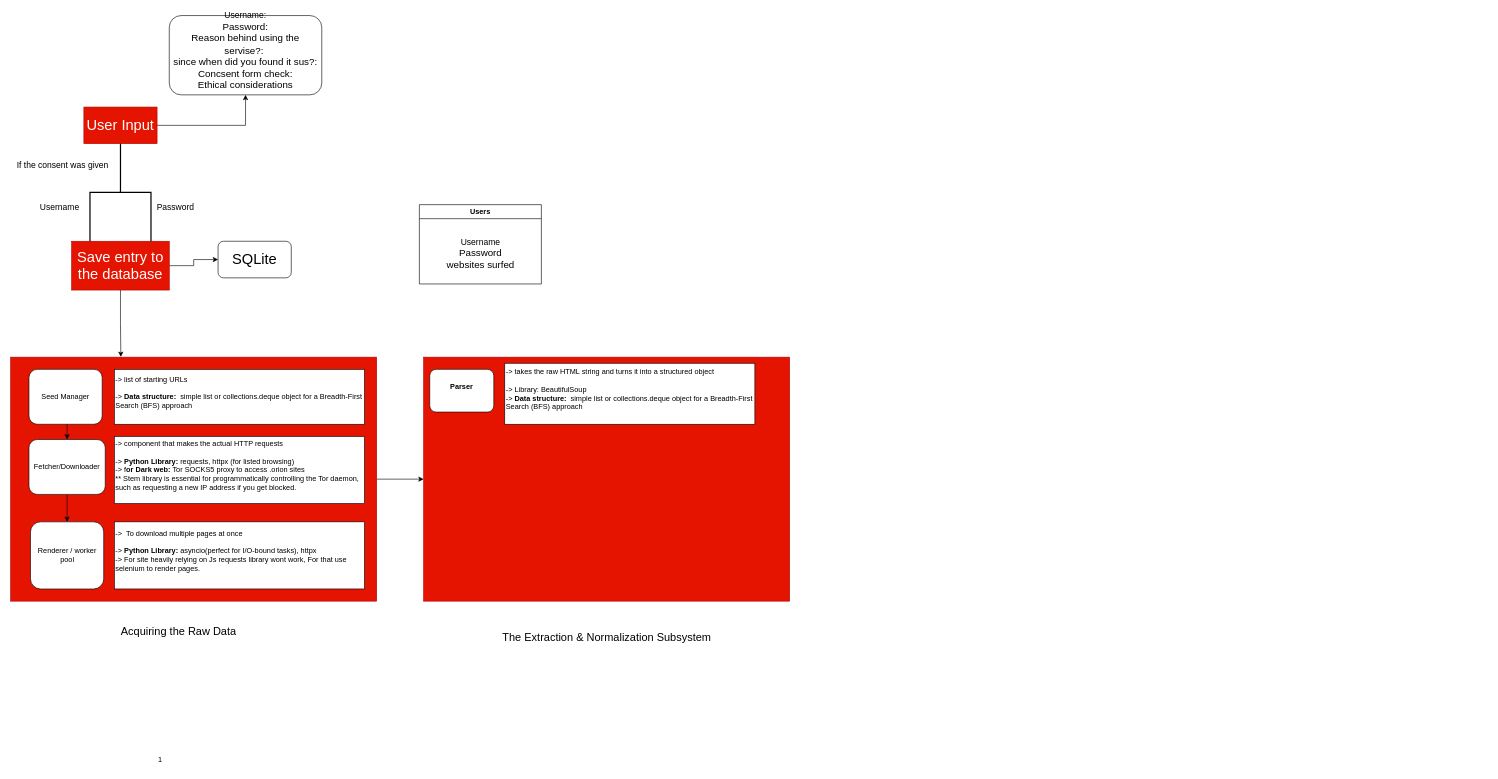
The draw.io diagram system design.drawio in KATHAN-VYAS/CredScan, before the edit. Source tidied: cells renumbered, new cells numbered last; positions are measured from the earlier drawing's top-left corner, leaving out a move shared by most shapes. Both pictures are drawn from the tidied source at 61%, with x=0, y=0 at pixel (10, 15).
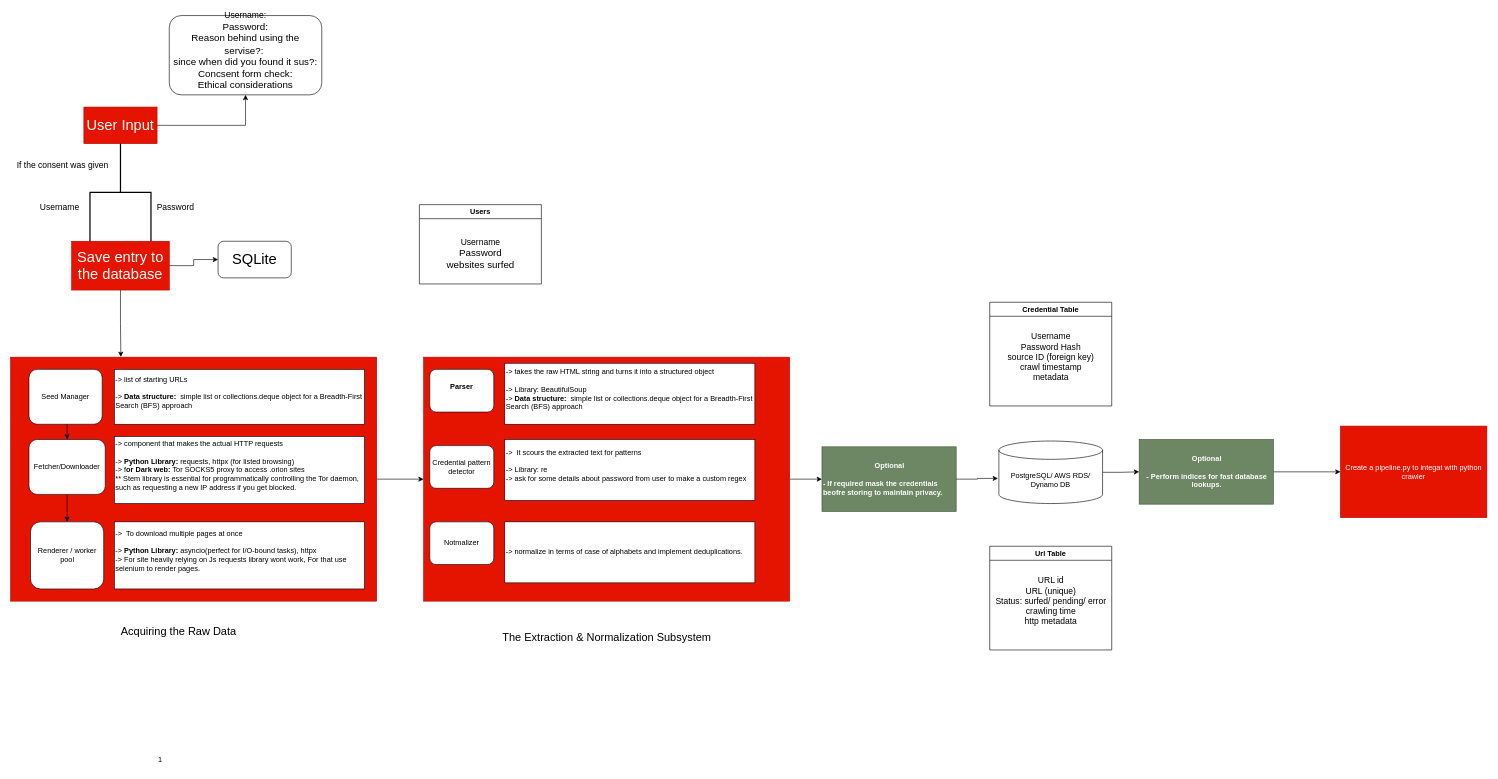
Above is the later version.

The change refers to these unchanged cells:
```xml
<mxCell id="27" style="rounded=0;whiteSpace=wrap;html=1;fillColor=#e51400;fontColor=#ffffff;strokeColor=#B20000;" parent="1" vertex="1">
  <mxGeometry x="677" y="560" width="600" height="400" as="geometry" />
</mxCell>
```

The edit, as a diff of the source:
```diff
@@
+    <mxCell id="31" style="edgeStyle=orthogonalEdgeStyle;rounded=0;jettySize=auto;html=1;exitX=1;exitY=0.5;exitDx=0;exitDy=0;entryX=0;entryY=0.5;entryDx=0;entryDy=0;" parent="1" edge="1" source="27" target="36">
+      <mxGeometry relative="1" as="geometry" />
+    </mxCell>
@@
+    <mxCell id="32" value="Credential pattern detector" style="rounded=1;whiteSpace=wrap;html=1;" parent="1" vertex="1">
+      <mxGeometry x="687" y="705" width="105" height="70" as="geometry" />
+    </mxCell>
+    <mxCell id="33" value="&lt;div&gt;-&amp;gt;&amp;nbsp; It scours the extracted text for patterns&lt;/div&gt;&lt;div&gt;&lt;br&gt;&lt;/div&gt;&lt;div&gt;-&amp;gt; Library: re&lt;/div&gt;&lt;div&gt;&lt;div&gt;-&amp;gt; ask for some details about password from user to make a custom regex&lt;/div&gt;&lt;/div&gt;&lt;div&gt;&lt;br&gt;&lt;/div&gt;" style="rounded=0;whiteSpace=wrap;html=1;align=left;" parent="1" vertex="1">
+      <mxGeometry x="810" y="695" width="410" height="100" as="geometry" />
+    </mxCell>
+    <mxCell id="34" value="Notmalizer" style="rounded=1;whiteSpace=wrap;html=1;" parent="1" vertex="1">
+      <mxGeometry x="687" y="830" width="105" height="70" as="geometry" />
+    </mxCell>
+    <mxCell id="35" value="&lt;div&gt;-&amp;gt; normalize in terms of case of alphabets and implement deduplications.&lt;/div&gt;" style="rounded=0;whiteSpace=wrap;html=1;align=left;" parent="1" vertex="1">
+      <mxGeometry x="810" y="830" width="410" height="100" as="geometry" />
+    </mxCell>
+    <mxCell id="36" value="&lt;div style=&quot;text-align: center;&quot;&gt;&lt;b style=&quot;background-color: transparent; color: light-dark(rgb(255, 255, 255), rgb(18, 18, 18));&quot;&gt;Optional&lt;/b&gt;&lt;/div&gt;&lt;div&gt;&lt;b&gt;&lt;br&gt;&lt;/b&gt;&lt;/div&gt;&lt;div style=&quot;&quot;&gt;&lt;b&gt;- If required mask the credentials beofre storing to maintain privacy.&lt;/b&gt;&lt;/div&gt;" style="rounded=0;whiteSpace=wrap;html=1;fillColor=#6d8764;fontColor=#ffffff;strokeColor=#3A5431;align=left;" parent="1" vertex="1">
+      <mxGeometry x="1330" y="707" width="220" height="106" as="geometry" />
+    </mxCell>
+    <mxCell id="37" style="edgeStyle=orthogonalEdgeStyle;rounded=0;jettySize=auto;html=1;" parent="1" edge="1" source="38" target="45">
+      <mxGeometry relative="1" as="geometry" />
+    </mxCell>
+    <mxCell id="38" value="PostgreSQL/ AWS RDS/ Dynamo DB" style="shape=cylinder3;whiteSpace=wrap;html=1;boundedLbl=1;backgroundOutline=1;size=15;" parent="1" vertex="1">
+      <mxGeometry x="1620" y="697.5" width="170" height="102.5" as="geometry" />
+    </mxCell>
+    <mxCell id="39" style="edgeStyle=orthogonalEdgeStyle;rounded=0;jettySize=auto;html=1;exitX=1;exitY=0.5;exitDx=0;exitDy=0;entryX=-0.009;entryY=0.598;entryDx=0;entryDy=0;entryPerimeter=0;" parent="1" edge="1" source="36" target="38">
+      <mxGeometry relative="1" as="geometry" />
+    </mxCell>
+    <mxCell id="40" value="Url Table" style="swimlane;startSize=23;" parent="1" vertex="1">
+      <mxGeometry x="1605" y="870" width="200" height="170" as="geometry" />
+    </mxCell>
+    <mxCell id="41" value="&lt;span style=&quot;font-size: 14px;&quot;&gt;URL id&lt;/span&gt;&lt;div&gt;&lt;span style=&quot;font-size: 14px;&quot;&gt;URL (unique)&lt;/span&gt;&lt;/div&gt;&lt;div&gt;&lt;span style=&quot;font-size: 14px;&quot;&gt;Status: surfed/ pending/ error&lt;/span&gt;&lt;/div&gt;&lt;div&gt;&lt;span style=&quot;font-size: 14px;&quot;&gt;crawling time&lt;/span&gt;&lt;/div&gt;&lt;div&gt;&lt;span style=&quot;font-size: 14px;&quot;&gt;http metadata&lt;/span&gt;&lt;/div&gt;&lt;div&gt;&lt;span style=&quot;font-size: 14px;&quot;&gt;&lt;br&gt;&lt;/span&gt;&lt;div&gt;&lt;br&gt;&lt;/div&gt;&lt;/div&gt;" style="text;html=1;align=center;verticalAlign=middle;strokeColor=none;fillColor=none;" parent="40" vertex="1">
+      <mxGeometry y="40" width="200" height="130" as="geometry" />
+    </mxCell>
+    <mxCell id="42" value="Credential Table" style="swimlane;startSize=23;" parent="1" vertex="1">
+      <mxGeometry x="1605" y="470" width="200" height="170" as="geometry" />
+    </mxCell>
+    <mxCell id="43" value="&lt;span style=&quot;font-size: 14px;&quot;&gt;Username&lt;/span&gt;&lt;div&gt;&lt;span style=&quot;font-size: 14px;&quot;&gt;Password Hash&lt;/span&gt;&lt;/div&gt;&lt;div&gt;&lt;span style=&quot;font-size: 14px;&quot;&gt;source ID (foreign key)&lt;/span&gt;&lt;/div&gt;&lt;div&gt;&lt;span style=&quot;font-size: 14px;&quot;&gt;crawl timestamp&lt;/span&gt;&lt;/div&gt;&lt;div&gt;&lt;span style=&quot;font-size: 14px;&quot;&gt;metadata&lt;/span&gt;&lt;/div&gt;&lt;div&gt;&lt;span style=&quot;font-size: 14px;&quot;&gt;&lt;br&gt;&lt;/span&gt;&lt;div&gt;&lt;div&gt;&lt;br&gt;&lt;/div&gt;&lt;/div&gt;&lt;/div&gt;" style="text;html=1;align=center;verticalAlign=middle;strokeColor=none;fillColor=none;" parent="42" vertex="1">
+      <mxGeometry x="15" y="40" width="170" height="130" as="geometry" />
+    </mxCell>
+    <mxCell id="44" style="edgeStyle=orthogonalEdgeStyle;rounded=0;jettySize=auto;html=1;" parent="1" edge="1" source="45" target="46">
+      <mxGeometry relative="1" as="geometry" />
+    </mxCell>
+    <mxCell id="45" value="&lt;div style=&quot;text-align: center;&quot;&gt;&lt;b&gt;Optional&lt;/b&gt;&lt;/div&gt;&lt;div style=&quot;text-align: center;&quot;&gt;&lt;b&gt;&lt;br&gt;&lt;/b&gt;&lt;/div&gt;&lt;div style=&quot;text-align: center;&quot;&gt;&lt;b&gt;- Perform indices for fast database lookups.&lt;/b&gt;&lt;/div&gt;" style="rounded=0;whiteSpace=wrap;html=1;fillColor=#6d8764;fontColor=#ffffff;strokeColor=#3A5431;align=left;" parent="1" vertex="1">
+      <mxGeometry x="1850" y="695" width="220" height="106" as="geometry" />
+    </mxCell>
+    <mxCell id="46" value="Create a pipeline.py to integat with python crawler" style="rounded=0;whiteSpace=wrap;html=1;fillColor=#e51400;fontColor=#ffffff;strokeColor=#B20000;" parent="1" vertex="1">
+      <mxGeometry x="2180" y="673" width="240" height="150" as="geometry" />
+    </mxCell>
```
